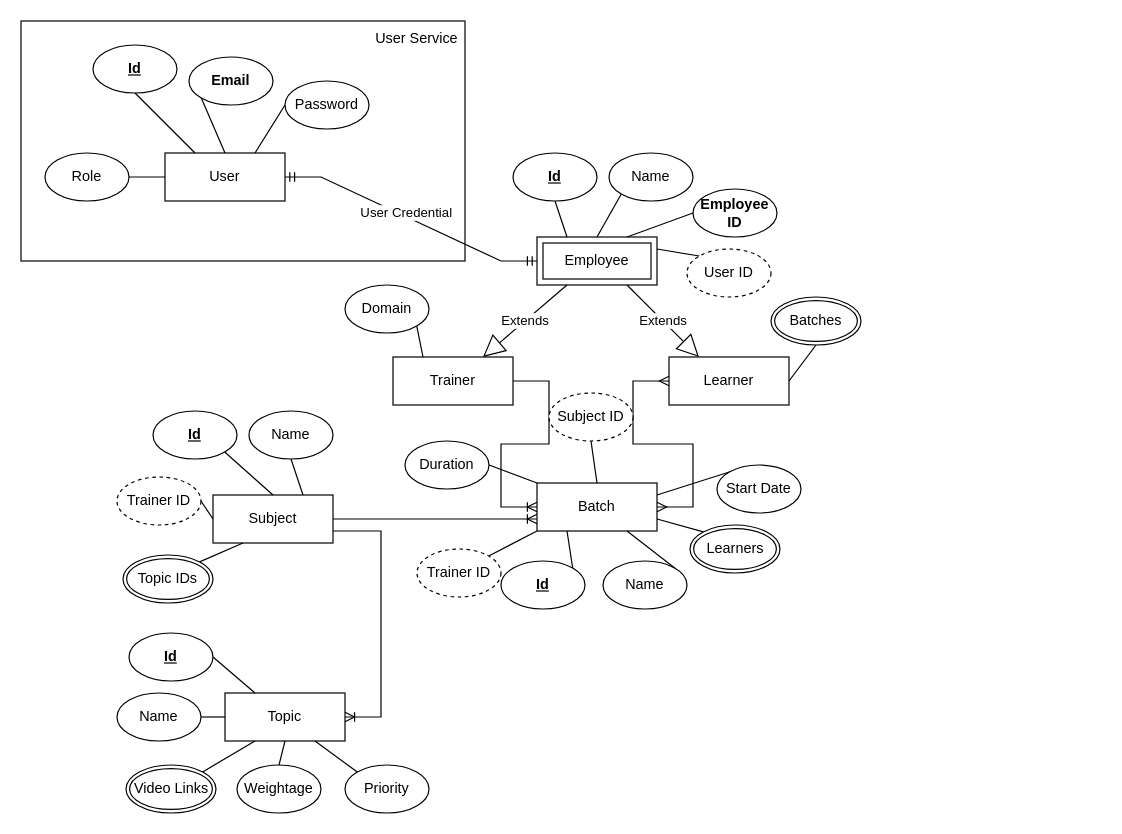
Earlier version of the draw.io diagram E-Learning/concept.drawio (meethariya/E-Learning). Source tidied: cells renumbered, new cells numbered last; positions are measured from the earlier drawing's top-left corner, leaving out a move shared by most shapes. Both pictures are drawn from the tidied source at 120%, with x=0, y=0 at pixel (20, 20).
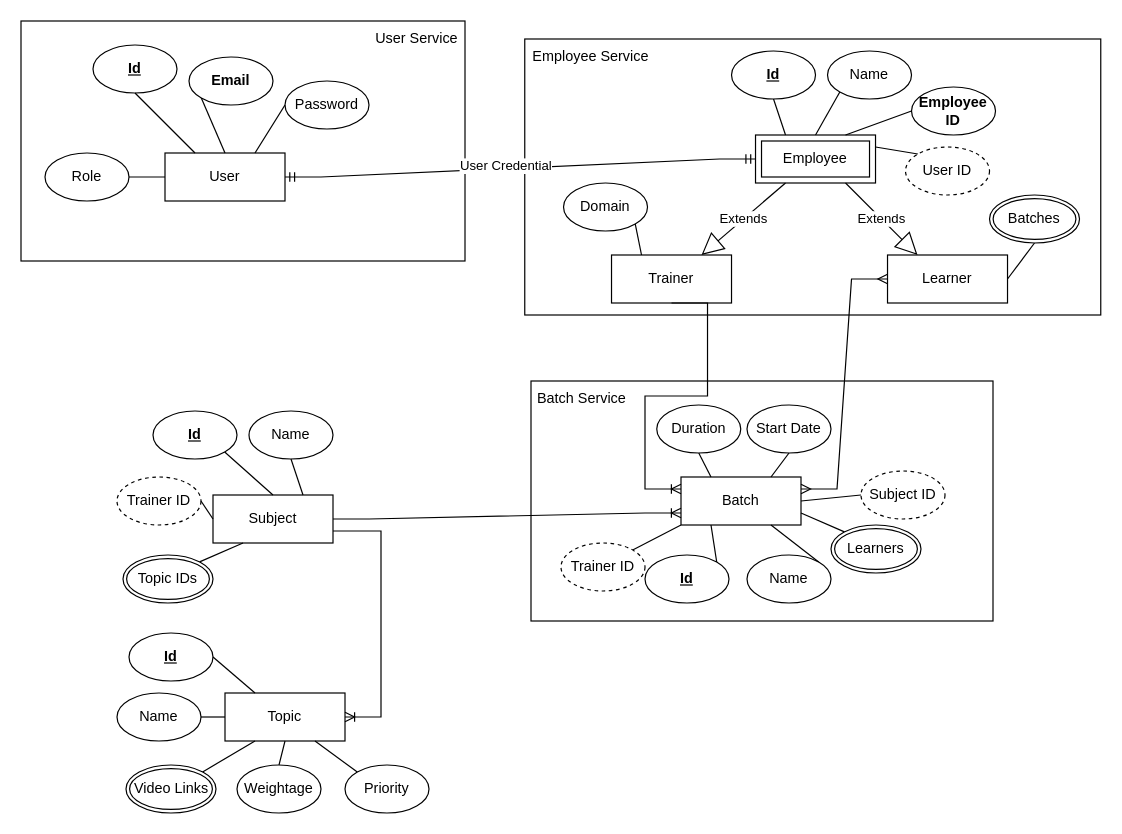
Above is the later version.

Change to the diagram source:
```diff
@@
+    <mxCell id="71" style="rounded=0;whiteSpace=wrap;html=1;" parent="1" vertex="1">
+      <mxGeometry x="425" y="300" width="385" height="200" as="geometry" />
+    </mxCell>
+    <mxCell id="72" style="rounded=0;whiteSpace=wrap;html=1;" parent="1" vertex="1">
+      <mxGeometry x="419.8" y="15" width="480" height="230" as="geometry" />
+    </mxCell>
@@
     <mxCell id="3" value="Employee" style="shape=ext;margin=3;double=1;whiteSpace=wrap;html=1;align=center;" parent="1" vertex="1">
-      <mxGeometry x="430" y="180" width="100" height="40" as="geometry" />
+      <mxGeometry x="612.1" y="95" width="100" height="40" as="geometry" />
     </mxCell>
     <mxCell id="4" value="Trainer" style="whiteSpace=wrap;html=1;align=center;" parent="1" vertex="1">
-      <mxGeometry x="310" y="280" width="100" height="40" as="geometry" />
+      <mxGeometry x="492.1" y="195" width="100" height="40" as="geometry" />
     </mxCell>
     <mxCell id="5" value="Learner" style="whiteSpace=wrap;html=1;align=center;" parent="1" vertex="1">
-      <mxGeometry x="540" y="280" width="100" height="40" as="geometry" />
+      <mxGeometry x="722.1" y="195" width="100" height="40" as="geometry" />
     </mxCell>
     <mxCell id="6" value="&lt;b&gt;&lt;u&gt;Id&lt;/u&gt;&lt;/b&gt;" style="ellipse;whiteSpace=wrap;html=1;align=center;" parent="1" vertex="1">
-      <mxGeometry x="410" y="110" width="70" height="40" as="geometry" />
+      <mxGeometry x="592.1" y="25" width="70" height="40" as="geometry" />
     </mxCell>
     <mxCell id="7" value="Name" style="ellipse;whiteSpace=wrap;html=1;align=center;" parent="1" vertex="1">
-      <mxGeometry x="490" y="110" width="70" height="40" as="geometry" />
+      <mxGeometry x="672.1" y="25" width="70" height="40" as="geometry" />
     </mxCell>
     <mxCell id="8" value="&lt;b&gt;Employee ID&lt;/b&gt;" style="ellipse;whiteSpace=wrap;html=1;align=center;" parent="1" vertex="1">
-      <mxGeometry x="560" y="140" width="70" height="40" as="geometry" />
+      <mxGeometry x="742.1" y="55" width="70" height="40" as="geometry" />
     </mxCell>
@@
     <mxCell id="14" value="Domain" style="ellipse;whiteSpace=wrap;html=1;align=center;" parent="1" vertex="1">
-      <mxGeometry x="270" y="220" width="70" height="40" as="geometry" />
+      <mxGeometry x="452.1" y="135" width="70" height="40" as="geometry" />
     </mxCell>
@@
     <mxCell id="16" value="User ID" style="ellipse;whiteSpace=wrap;html=1;align=center;dashed=1;" parent="1" vertex="1">
-      <mxGeometry x="555" y="190" width="70" height="40" as="geometry" />
+      <mxGeometry x="737.1" y="105" width="70" height="40" as="geometry" />
     </mxCell>
@@
     <mxCell id="29" value="Batches" style="ellipse;shape=doubleEllipse;margin=3;whiteSpace=wrap;html=1;align=center;" parent="1" vertex="1">
-      <mxGeometry x="625" y="230" width="75" height="40" as="geometry" />
+      <mxGeometry x="807.1" y="145" width="75" height="40" as="geometry" />
     </mxCell>
@@
     <mxCell id="31" value="Batch" style="whiteSpace=wrap;html=1;align=center;" parent="1" vertex="1">
-      <mxGeometry x="430" y="385" width="100" height="40" as="geometry" />
+      <mxGeometry x="550" y="380" width="100" height="40" as="geometry" />
     </mxCell>
     <mxCell id="32" value="&lt;b&gt;&lt;u&gt;Id&lt;/u&gt;&lt;/b&gt;" style="ellipse;whiteSpace=wrap;html=1;align=center;" parent="1" vertex="1">
-      <mxGeometry x="400" y="450" width="70" height="40" as="geometry" />
+      <mxGeometry x="520" y="445" width="70" height="40" as="geometry" />
     </mxCell>
     <mxCell id="33" value="Name" style="ellipse;whiteSpace=wrap;html=1;align=center;" parent="1" vertex="1">
-      <mxGeometry x="485" y="450" width="70" height="40" as="geometry" />
+      <mxGeometry x="605" y="445" width="70" height="40" as="geometry" />
     </mxCell>
     <mxCell id="34" value="Learners" style="ellipse;shape=doubleEllipse;margin=3;whiteSpace=wrap;html=1;align=center;" parent="1" vertex="1">
-      <mxGeometry x="557.5" y="420" width="75" height="40" as="geometry" />
+      <mxGeometry x="675" y="420" width="75" height="40" as="geometry" />
     </mxCell>
-    <mxCell id="35" style="edgeStyle=entityRelationEdgeStyle;fontSize=12;html=1;endArrow=ERmany;startArrow=ERmany;rounded=0;entryX=0;entryY=0.5;entryDx=0;entryDy=0;exitX=1;exitY=0.5;exitDx=0;exitDy=0;" parent="1" edge="1" source="31" target="5">
+    <mxCell id="35" style="edgeStyle=entityRelationEdgeStyle;fontSize=12;html=1;endArrow=ERmany;startArrow=ERmany;rounded=0;entryX=0;entryY=0.5;entryDx=0;entryDy=0;exitX=1;exitY=0.25;exitDx=0;exitDy=0;" parent="1" edge="1" source="31" target="5">
       <mxGeometry relative="1" as="geometry" />
     </mxCell>
@@
     <mxCell id="39" value="Trainer ID" style="ellipse;whiteSpace=wrap;html=1;align=center;dashed=1;" parent="1" vertex="1">
-      <mxGeometry x="330" y="440" width="70" height="40" as="geometry" />
+      <mxGeometry x="450" y="435" width="70" height="40" as="geometry" />
     </mxCell>
@@
-    <mxCell id="42" style="edgeStyle=entityRelationEdgeStyle;fontSize=12;html=1;endArrow=ERoneToMany;rounded=0;exitX=1;exitY=0.5;exitDx=0;exitDy=0;entryX=0;entryY=0.5;entryDx=0;entryDy=0;" parent="1" edge="1" source="4" target="31">
-      <mxGeometry relative="1" as="geometry" />
-    </mxCell>
@@
     <mxCell id="47" value="Start Date" style="ellipse;whiteSpace=wrap;html=1;align=center;" parent="1" vertex="1">
-      <mxGeometry x="580" y="370" width="70" height="40" as="geometry" />
+      <mxGeometry x="605" y="320" width="70" height="40" as="geometry" />
     </mxCell>
     <mxCell id="48" value="Duration" style="ellipse;whiteSpace=wrap;html=1;align=center;" parent="1" vertex="1">
-      <mxGeometry x="320" y="350" width="70" height="40" as="geometry" />
+      <mxGeometry x="529.8" y="320" width="70" height="40" as="geometry" />
     </mxCell>
-    <mxCell id="49" style="endArrow=none;html=1;rounded=0;exitX=1;exitY=0.5;exitDx=0;exitDy=0;entryX=0;entryY=0;entryDx=0;entryDy=0;" parent="1" edge="1" source="48" target="31">
+    <mxCell id="49" style="endArrow=none;html=1;rounded=0;exitX=0.5;exitY=1;exitDx=0;exitDy=0;entryX=0.25;entryY=0;entryDx=0;entryDy=0;" parent="1" edge="1" source="48" target="31">
       <mxGeometry relative="1" as="geometry" />
     </mxCell>
-    <mxCell id="50" style="endArrow=none;html=1;rounded=0;exitX=1;exitY=0.25;exitDx=0;exitDy=0;entryX=0;entryY=0;entryDx=0;entryDy=0;" parent="1" edge="1" source="31" target="47">
+    <mxCell id="50" style="endArrow=none;html=1;rounded=0;exitX=0.75;exitY=0;exitDx=0;exitDy=0;entryX=0.5;entryY=1;entryDx=0;entryDy=0;" parent="1" edge="1" source="31" target="47">
       <mxGeometry relative="1" as="geometry" />
     </mxCell>
     <mxCell id="51" value="Subject ID" style="ellipse;whiteSpace=wrap;html=1;align=center;dashed=1;" parent="1" vertex="1">
-      <mxGeometry x="440" y="310" width="70" height="40" as="geometry" />
+      <mxGeometry x="700" y="375" width="70" height="40" as="geometry" />
     </mxCell>
-    <mxCell id="52" style="endArrow=none;html=1;rounded=0;exitX=0.5;exitY=1;exitDx=0;exitDy=0;entryX=0.5;entryY=0;entryDx=0;entryDy=0;" parent="1" edge="1" source="51" target="31">
+    <mxCell id="52" style="endArrow=none;html=1;rounded=0;exitX=0;exitY=0.5;exitDx=0;exitDy=0;entryX=1;entryY=0.5;entryDx=0;entryDy=0;" parent="1" edge="1" source="51" target="31">
       <mxGeometry relative="1" as="geometry" />
     </mxCell>
@@
+    <mxCell id="42" style="edgeStyle=entityRelationEdgeStyle;fontSize=12;html=1;endArrow=ERoneToMany;rounded=0;exitX=0.5;exitY=1;exitDx=0;exitDy=0;entryX=0;entryY=0.25;entryDx=0;entryDy=0;" parent="1" edge="1" source="4" target="31">
+      <mxGeometry relative="1" as="geometry" />
+    </mxCell>
+    <mxCell id="73" value="Employee Service" style="text;html=1;strokeColor=none;fillColor=none;align=center;verticalAlign=middle;whiteSpace=wrap;rounded=0;" parent="1" vertex="1">
+      <mxGeometry x="419.8" y="15" width="110" height="30" as="geometry" />
+    </mxCell>
+    <mxCell id="74" value="Batch Service" style="text;html=1;strokeColor=none;fillColor=none;align=center;verticalAlign=middle;whiteSpace=wrap;rounded=0;" parent="1" vertex="1">
+      <mxGeometry x="425" y="300" width="85" height="30" as="geometry" />
+    </mxCell>
```
